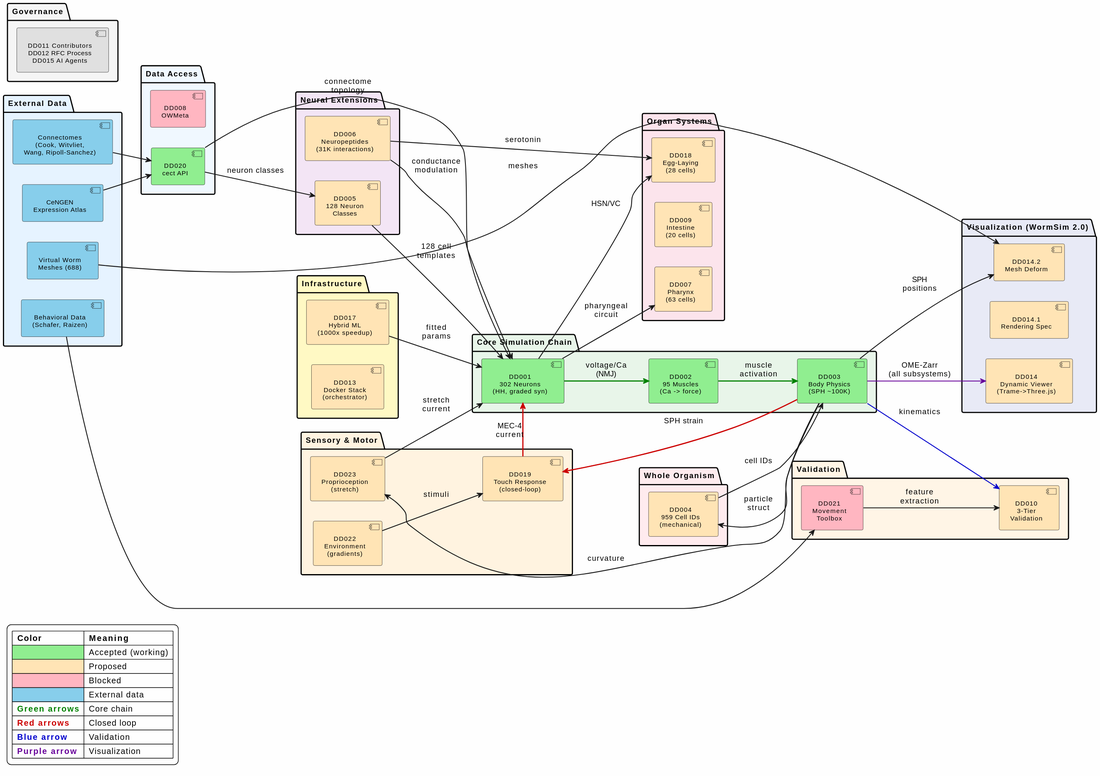
Before: docs/images/integration_map.svg, a diagram exported from PlantUML (openworm/openworm_docs).
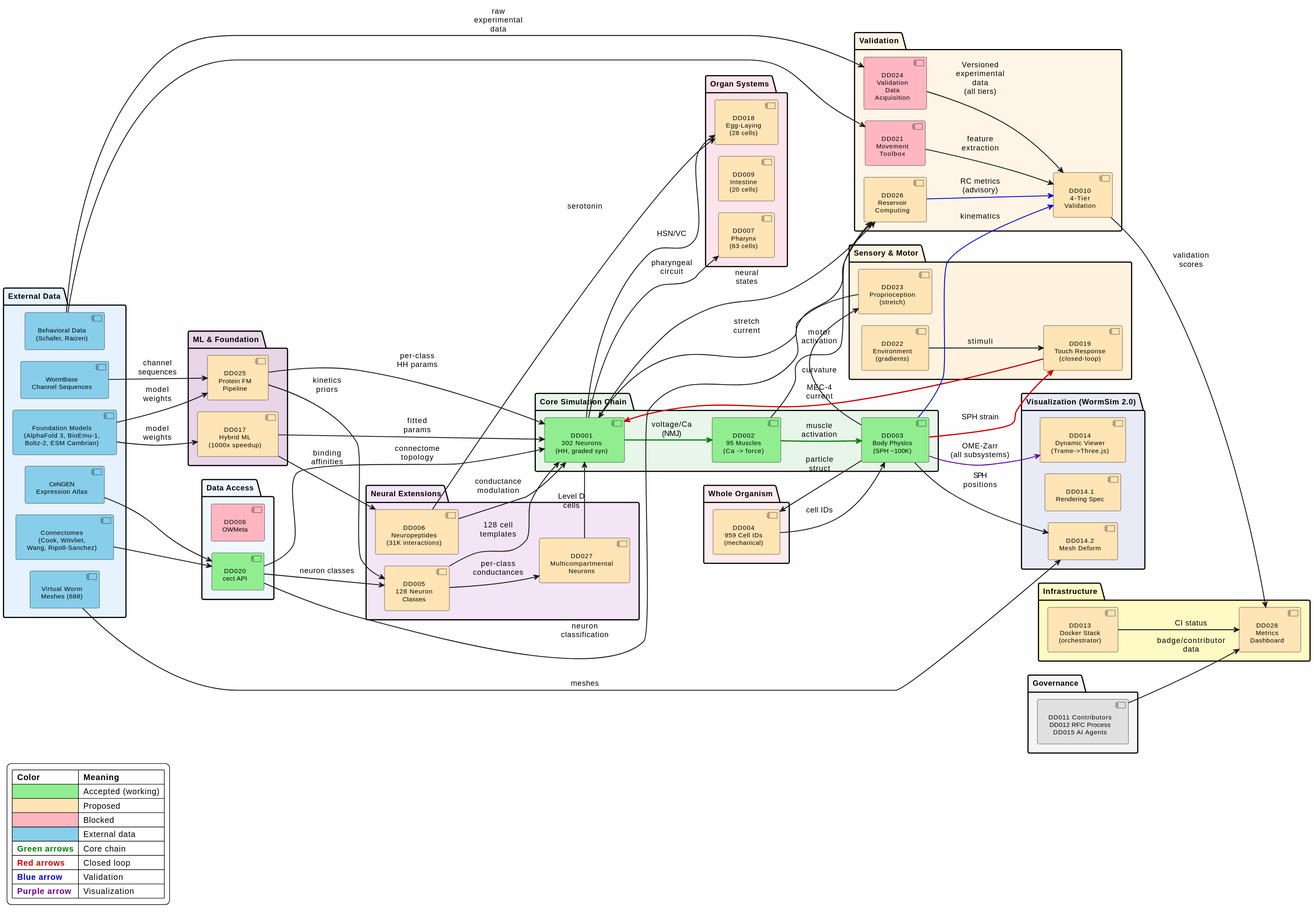
Later version of the same file.

Commit message:
Complete Phase A inventory: add missing deliverables, fix integration map

The edit, as a diff of the source:
```diff
@@ -7,7 +7,8 @@
 skinparam ComponentFontSize 11
 skinparam NoteFontSize 10
 skinparam Padding 4
-skinparam svgLinkTarget _parent
+skinparam nodesep 20
+skinparam ranksep 40
 left to right direction
 
 package "External Data" as extdata #E6F3FF {
@@ -15,85 +16,129 @@
   component "CeNGEN\nExpression Atlas" as ext_cen #87CEEB
   component "Behavioral Data\n(Schafer, Raizen)" as ext_beh #87CEEB
   component "Virtual Worm\nMeshes (688)" as ext_vw #87CEEB
+  component "Foundation Models\n(AlphaFold 3, BioEmu-1,\nBoltz-2, ESM Cambrian)" as ext_bio #87CEEB
+  component "WormBase\nChannel Sequences" as ext_wb #87CEEB
 }
 
 package "Data Access" as databox #F0F8FF {
-  component "DD020\ncect API" as DD020 [[../design_documents/DD020_Connectome_Data_Access_and_Dataset_Policy/]] #90EE90
-  component "DD008\nOWMeta" as DD008 [[../design_documents/DD008_Data_Integration_Pipeline/]] #FFB6C1
+  component "DD020\ncect API" as DD020 #90EE90
+  component "DD008\nOWMeta" as DD008 #FFB6C1
+}
+
+package "ML & Foundation" as mlbox #E8D5E8 {
+  component "DD025\nProtein FM\nPipeline" as DD025 #FFE4B5
+  component "DD017\nHybrid ML\n(1000x speedup)" as DD017 #FFE4B5
+}
+
+package "Neural Extensions" as neurext #F3E5F5 {
+  component "DD005\n128 Neuron\nClasses" as DD005 #FFE4B5
+  component "DD006\nNeuropeptides\n(31K interactions)" as DD006 #FFE4B5
+  component "DD027\nMulticompartmental\nNeurons" as DD027 #FFE4B5
 }
 
 package "Core Simulation Chain" as core #E8F5E9 {
-  component "DD001\n302 Neurons\n(HH, graded syn)" as DD001 [[../design_documents/DD001_Neural_Circuit_Architecture/]] #90EE90
-  component "DD002\n95 Muscles\n(Ca -> force)" as DD002 [[../design_documents/DD002_Muscle_Model_Architecture/]] #90EE90
-  component "DD003\nBody Physics\n(SPH ~100K)" as DD003 [[../design_documents/DD003_Body_Physics_Architecture/]] #90EE90
-}
-
-package "Neural Extensions" as neurext #F3E5F5 {
-  component "DD005\n128 Neuron\nClasses" as DD005 [[../design_documents/DD005_Cell_Type_Differentiation_Strategy/]] #FFE4B5
-  component "DD006\nNeuropeptides\n(31K interactions)" as DD006 [[../design_documents/DD006_Neuropeptidergic_Connectome_Integration/]] #FFE4B5
+  component "DD001\n302 Neurons\n(HH, graded syn)" as DD001 #90EE90
+  component "DD002\n95 Muscles\n(Ca -> force)" as DD002 #90EE90
+  component "DD003\nBody Physics\n(SPH ~100K)" as DD003 #90EE90
 }
 
 package "Sensory & Motor" as sensory #FFF3E0 {
-  component "DD019\nTouch Response\n(closed-loop)" as DD019 [[../design_documents/DD019_Closed_Loop_Touch_Response/]] #FFE4B5
-  component "DD022\nEnvironment\n(gradients)" as DD022 [[../design_documents/DD022_Environmental_Modeling_and_Stimulus_Delivery/]] #FFE4B5
-  component "DD023\nProprioception\n(stretch)" as DD023 [[../design_documents/DD023_Proprioceptive_Feedback_and_Motor_Coordination/]] #FFE4B5
+  component "DD019\nTouch Response\n(closed-loop)" as DD019 #FFE4B5
+  component "DD022\nEnvironment\n(gradients)" as DD022 #FFE4B5
+  component "DD023\nProprioception\n(stretch)" as DD023 #FFE4B5
 }
 
 package "Organ Systems" as organs #FCE4EC {
-  component "DD007\nPharynx\n(63 cells)" as DD007 [[../design_documents/DD007_Pharyngeal_System_Architecture/]] #FFE4B5
-  component "DD009\nIntestine\n(20 cells)" as DD009 [[../design_documents/DD009_Intestinal_Oscillator_Model/]] #FFE4B5
-  component "DD018\nEgg-Laying\n(28 cells)" as DD018 [[../design_documents/DD018_Egg_Laying_System_Architecture/]] #FFE4B5
+  component "DD007\nPharynx\n(63 cells)" as DD007 #FFE4B5
+  component "DD009\nIntestine\n(20 cells)" as DD009 #FFE4B5
+  component "DD018\nEgg-Laying\n(28 cells)" as DD018 #FFE4B5
 }
 
 package "Whole Organism" as whole #FFEBEE {
-  component "DD004\n959 Cell IDs\n(mechanical)" as DD004 [[../design_documents/DD004_Mechanical_Cell_Identity/]] #FFE4B5
+  component "DD004\n959 Cell IDs\n(mechanical)" as DD004 #FFE4B5
+}
+
+package "Validation" as valbox #FFF5E6 {
+  component "DD010\n4-Tier\nValidation" as DD010 #FFE4B5
+  component "DD021\nMovement\nToolbox" as DD021 #FFB6C1
+  component "DD024\nValidation\nData\nAcquisition" as DD024 #FFB6C1
+  component "DD026\nReservoir\nComputing" as DD026 #FFE4B5
+}
+
+package "Visualization (WormSim 2.0)" as visbox #E8EAF6 {
+  component "DD014\nDynamic Viewer\n(Trame->Three.js)" as DD014 #FFE4B5
+  component "DD014.1\nRendering Spec" as DD0141 #FFE4B5
+  component "DD014.2\nMesh Deform" as DD0142 #FFE4B5
 }
 
 package "Infrastructure" as infra #FFF9C4 {
-  component "DD013\nDocker Stack\n(orchestrator)" as DD013 [[../design_documents/DD013_Simulation_Stack_Architecture/]] #FFE4B5
-  component "DD017\nHybrid ML\n(1000x speedup)" as DD017 [[../design_documents/DD017_Hybrid_Mechanistic_ML_Framework/]] #FFE4B5
-}
-
-package "Validation" as valbox #FFF5E6 {
-  component "DD010\n3-Tier\nValidation" as DD010 [[../design_documents/DD010_Validation_Framework/]] #FFE4B5
-  component "DD021\nMovement\nToolbox" as DD021 [[../design_documents/DD021_Movement_Analysis_Toolbox_and_WCON_Policy/]] #FFB6C1
-}
-
-package "Visualization (WormSim 2.0)" as visbox #E8EAF6 {
-  component "DD014\nDynamic Viewer\n(Trame->Three.js)" as DD014 [[../design_documents/DD014_Dynamic_Visualization_Architecture/]] #FFE4B5
-  component "DD014.1\nRendering Spec" as DD0141 [[../design_documents/DD014.1_Visual_Rendering_Specification/]] #FFE4B5
-  component "DD014.2\nMesh Deform" as DD0142 [[../design_documents/DD014.2_Anatomical_Mesh_Deformation_Pipeline/]] #FFE4B5
+  component "DD013\nDocker Stack\n(orchestrator)" as DD013 #FFE4B5
+  component "DD028\nMetrics\nDashboard" as DD028 #FFE4B5
 }
 
 package "Governance" as gov #F5F5F5 {
   component "DD011 Contributors\nDD012 RFC Process\nDD015 AI Agents" as GOV #E0E0E0
 }
 
+
 ext_conn --> DD020
 ext_cen --> DD020
+ext_beh --> DD024 : raw\nexperimental\ndata
 ext_beh --> DD021
+
+ext_bio --> DD025 : model\nweights
+ext_bio --> DD017 : model\nweights
+ext_wb --> DD025 : channel\nsequences
+
 DD020 --> DD001 : connectome\ntopology
 DD020 --> DD005 : neuron classes
+
+DD025 --> DD005 : kinetics\npriors
+DD025 --> DD001 : per-class\nHH params
+DD017 --> DD001 : fitted\nparams
+DD017 --> DD006 : binding\naffinities
+
+DD005 --> DD001 : 128 cell\ntemplates
+DD006 --> DD001 : conductance\nmodulation
+
+DD005 --> DD027 : per-class\nconductances
+DD027 --> DD001 : Level D\ncells
+
 DD001 -[#008000,bold]-> DD002 : voltage/Ca\n(NMJ)
 DD002 -[#008000,bold]-> DD003 : muscle\nactivation
-DD005 --> DD001 : 128 cell\ntemplates
-DD006 --> DD001 : conductance\nmodulation
+
 DD003 -[#CC0000,bold]-> DD019 : SPH strain
-DD019 -[#CC0000,bold]-> DD001 : MEC-4\ncurrent
 DD022 --> DD019 : stimuli
 DD003 --> DD023 : curvature
+
+DD019 -[#CC0000,bold]-> DD001 : MEC-4\ncurrent
 DD023 --> DD001 : stretch\ncurrent
+
 DD001 --> DD007 : pharyngeal\ncircuit
 DD001 --> DD018 : HSN/VC
 DD006 --> DD018 : serotonin
+
 DD003 --> DD004 : particle\nstruct
 DD004 --> DD003 : cell IDs
+
 DD003 -[#0000CC]-> DD010 : kinematics
 DD021 --> DD010 : feature\nextraction
+DD024 --> DD010 : "Versioned\nexperimental\ndata\n(all tiers)"
+
 DD003 -[#660099]-> DD014 : OME-Zarr\n(all subsystems)
 ext_vw --> DD0142 : meshes
 DD003 --> DD0142 : SPH\npositions
-DD017 --> DD001 : fitted\nparams
+
+DD001 --> DD026 : neural\nstates
+DD002 --> DD026 : motor\nactivation
+DD020 --> DD026 : neuron\nclassification
+DD026 -[#0000CC]-> DD010 : RC metrics\n(advisory)
+
+DD013 --> DD028 : CI status
+DD010 --> DD028 : validation\nscores
+GOV --> DD028 : badge/contributor\ndata
+
+DD003 -[hidden]-> DD013
 
 legend bottom left
   |= Color |= Meaning |
```
